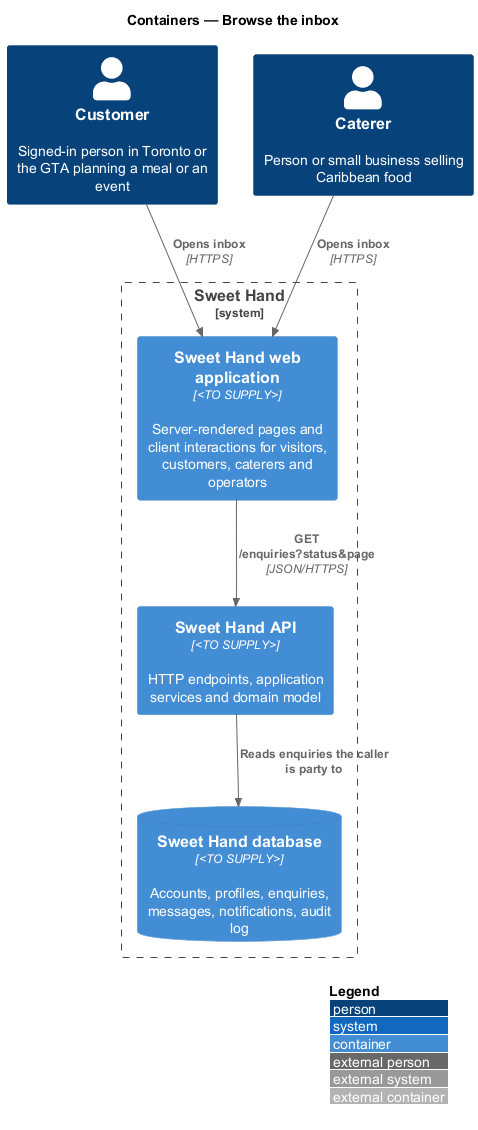
This is docs/detailed-designs/enquiries/browse-inbox/diagrams/c4-container.png from QuinntyneBrown/sweet-hand, a PlantUML export, as it was before one commit.
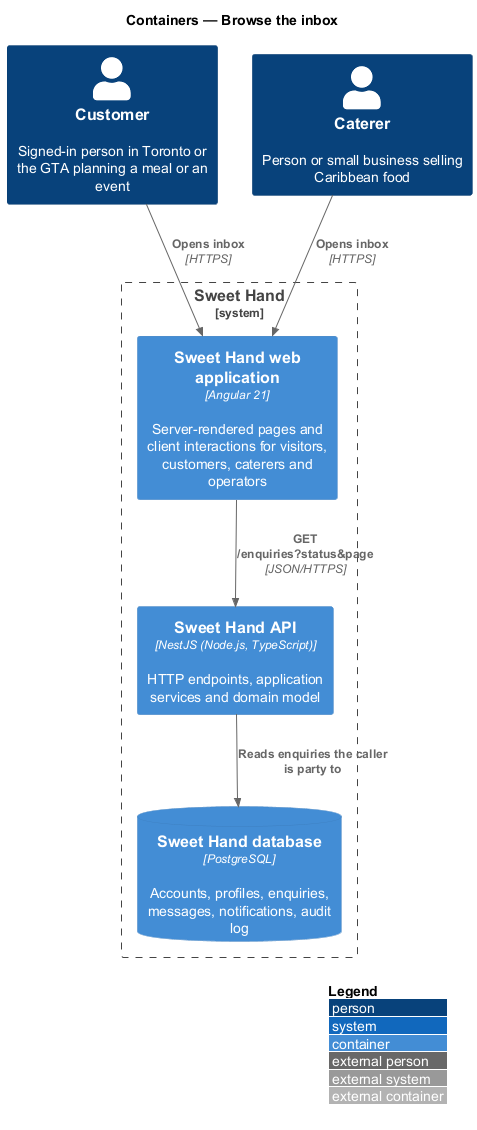
After the change.

The edit, as a diff of the source:
```diff
@@ -6,9 +6,9 @@
 Person(customer, "Customer", "Signed-in person in Toronto or the GTA planning a meal or an event")
 Person(caterer, "Caterer", "Person or small business selling Caribbean food")
 System_Boundary(sweethand, "Sweet Hand") {
-  Container(web, "Sweet Hand web application", "<TO SUPPLY>", "Server-rendered pages and client interactions for visitors, customers, caterers and operators")
-  Container(api, "Sweet Hand API", "<TO SUPPLY>", "HTTP endpoints, application services and domain model")
-  ContainerDb(db, "Sweet Hand database", "<TO SUPPLY>", "Accounts, profiles, enquiries, messages, notifications, audit log")
+  Container(web, "Sweet Hand web application", "Angular 21", "Server-rendered pages and client interactions for visitors, customers, caterers and operators")
+  Container(api, "Sweet Hand API", "NestJS (Node.js, TypeScript)", "HTTP endpoints, application services and domain model")
+  ContainerDb(db, "Sweet Hand database", "PostgreSQL", "Accounts, profiles, enquiries, messages, notifications, audit log")
 }
 
 Rel(customer, web, "Opens inbox", "HTTPS")
```
